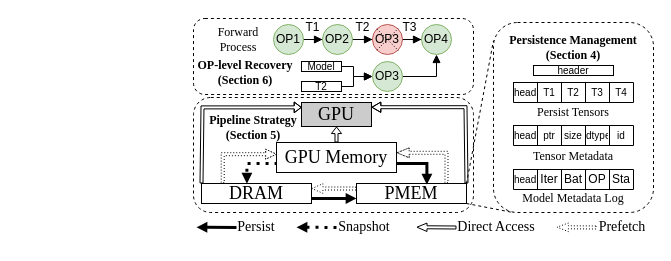
The draw.io diagram fig/system_design.drawio in icszhr/NCheck, before the edit. Source tidied: cells renumbered, new cells numbered last; positions are measured from the earlier drawing's top-left corner, leaving out a move shared by most shapes. Both pictures are drawn from the tidied source at 100%, with x=0, y=0 at pixel (193, 17).
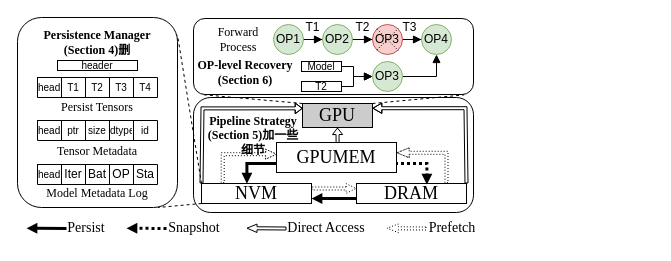
The same page after the edit.

The change refers to these unchanged cells:
```xml
<mxCell id="54" style="group;" parent="1" vertex="1">
  <mxGeometry x="83" y="125" width="120" height="30" as="geometry" />
</mxCell>
<mxCell id="55" style="rounded=0;whiteSpace=wrap;html=1;" parent="54" vertex="1">
  <mxGeometry width="120" height="30" as="geometry" />
</mxCell>
```

Diff of the diagram source:
```diff
@@
-    <mxCell id="2" style="rounded=1;whiteSpace=wrap;html=1;dashed=1;fillColor=none;" parent="1" vertex="1">
+    <mxCell id="2" style="rounded=1;whiteSpace=wrap;html=1;fillColor=none;" parent="1" vertex="1">
       <mxGeometry y="1" width="280" height="76" as="geometry" />
     </mxCell>
-    <mxCell id="3" style="rounded=1;whiteSpace=wrap;html=1;dashed=1;fillColor=none;" parent="1" vertex="1">
+    <mxCell id="3" style="rounded=1;whiteSpace=wrap;html=1;fillColor=none;" parent="1" vertex="1">
       <mxGeometry y="80" width="280" height="115" as="geometry" />
     </mxCell>
@@
     <mxCell id="6" value="&lt;font style=&quot;font-size: 18px;&quot; face=&quot;Times New Roman&quot;&gt;GPU&lt;/font&gt;" style="rounded=0;whiteSpace=wrap;html=1;fillColor=#CCCCCC;" parent="1" vertex="1">
-      <mxGeometry x="108" y="85" width="70" height="24" as="geometry" />
+      <mxGeometry x="109" y="86" width="70" height="24" as="geometry" />
     </mxCell>
-    <mxCell id="7" style="rounded=0;jettySize=auto;html=1;exitX=1;exitY=0.75;exitDx=0;exitDy=0;entryX=0;entryY=0.75;entryDx=0;entryDy=0;strokeWidth=3;endArrow=block;endFill=1;endSize=3;" parent="1" edge="1" source="9" target="13">
-      <mxGeometry relative="1" as="geometry" />
-    </mxCell>
@@
-    <mxCell id="9" value="&lt;font face=&quot;Times New Roman&quot; style=&quot;font-size: 18px;&quot;&gt;DRAM&lt;/font&gt;" style="rounded=0;whiteSpace=wrap;html=1;" parent="1" vertex="1">
+    <mxCell id="9" value="&lt;font face=&quot;Times New Roman&quot; style=&quot;font-size: 18px;&quot;&gt;NVM&lt;/font&gt;" style="rounded=0;whiteSpace=wrap;html=1;" parent="1" vertex="1">
       <mxGeometry x="8" y="166" width="110" height="20" as="geometry" />
     </mxCell>
-    <mxCell id="10" style="rounded=0;jettySize=auto;html=1;exitX=1;exitY=0;exitDx=0;exitDy=0;entryX=0;entryY=0.095;entryDx=0;entryDy=0;endArrow=none;endFill=0;dashed=1;entryPerimeter=0;" parent="1" edge="1" source="13" target="14">
-      <mxGeometry relative="1" as="geometry" />
-    </mxCell>
-    <mxCell id="11" style="rounded=0;jettySize=auto;html=1;exitX=0;exitY=0.25;exitDx=0;exitDy=0;strokeWidth=1;entryX=1;entryY=0.25;entryDx=0;entryDy=0;endArrow=block;endFill=1;dashed=1;dashPattern=1 2;strokeColor=default;align=center;verticalAlign=middle;fontFamily=Helvetica;fontSize=11;fontColor=default;labelBackgroundColor=default;shape=flexArrow;width=3;startSize=3;endSize=3.3112903225806454;endWidth=5.64516129032258;" parent="1" edge="1" source="13" target="9">
+    <mxCell id="11" style="rounded=0;jettySize=auto;html=1;exitX=0;exitY=0.25;exitDx=0;exitDy=0;strokeWidth=1;entryX=1;entryY=0.25;entryDx=0;entryDy=0;endArrow=none;endFill=0;dashed=1;dashPattern=1 2;strokeColor=default;align=center;verticalAlign=middle;fontFamily=Helvetica;fontSize=11;fontColor=default;labelBackgroundColor=default;shape=flexArrow;width=3;startSize=2.9504;endSize=3.3112903225806454;endWidth=5.64516129032258;startArrow=block;startWidth=5.64516129032258;" parent="1" edge="1" source="13" target="9">
       <mxGeometry relative="1" as="geometry" />
     </mxCell>
@@
+    <mxCell id="77" style="edgeStyle=orthogonalEdgeStyle;rounded=0;jettySize=auto;html=1;exitX=0;exitY=0.75;exitDx=0;exitDy=0;entryX=1;entryY=0.75;entryDx=0;entryDy=0;strokeWidth=3;endArrow=block;endFill=1;startSize=6;endSize=3;" parent="1" edge="1" source="13" target="9">
+      <mxGeometry relative="1" as="geometry" />
+    </mxCell>
-    <mxCell id="13" value="&lt;font face=&quot;Times New Roman&quot; style=&quot;font-size: 18px;&quot;&gt;PMEM&lt;/font&gt;" style="rounded=0;whiteSpace=wrap;html=1;" parent="1" vertex="1">
+    <mxCell id="13" value="&lt;font face=&quot;Times New Roman&quot; style=&quot;font-size: 18px;&quot;&gt;DRAM&lt;/font&gt;" style="rounded=0;whiteSpace=wrap;html=1;" parent="1" vertex="1">
       <mxGeometry x="163" y="166" width="110" height="20" as="geometry" />
     </mxCell>
-    <mxCell id="14" style="rounded=1;whiteSpace=wrap;html=1;dashed=1;" parent="1" vertex="1">
-      <mxGeometry x="300" y="5" width="160" height="190" as="geometry" />
+    <mxCell id="14" style="rounded=1;whiteSpace=wrap;html=1;" parent="1" vertex="1">
+      <mxGeometry x="-176" width="160" height="190" as="geometry" />
     </mxCell>
-    <mxCell id="15" style="rounded=0;jettySize=auto;html=1;exitX=1;exitY=1;exitDx=0;exitDy=0;entryX=0.128;entryY=1.001;entryDx=0;entryDy=0;endArrow=none;endFill=0;dashed=1;entryPerimeter=0;" parent="1" edge="1" source="13" target="14">
-      <mxGeometry relative="1" as="geometry" />
-    </mxCell>
-    <mxCell id="16" style="edgeStyle=orthogonalEdgeStyle;rounded=0;jettySize=auto;html=1;exitX=0.009;exitY=0.704;exitDx=0;exitDy=0;strokeColor=default;strokeWidth=3;align=center;verticalAlign=middle;fontFamily=Helvetica;fontSize=11;fontColor=default;labelBackgroundColor=default;endArrow=block;endFill=1;endSize=3;dashed=1;dashPattern=1 2;entryX=0.413;entryY=0.006;entryDx=0;entryDy=0;entryPerimeter=0;exitPerimeter=0;" parent="1" edge="1" source="55" target="9">
+    <mxCell id="16" style="edgeStyle=orthogonalEdgeStyle;rounded=0;jettySize=auto;html=1;exitX=0.009;exitY=0.704;exitDx=0;exitDy=0;strokeColor=default;strokeWidth=3;align=center;verticalAlign=middle;fontFamily=Helvetica;fontSize=11;fontColor=default;labelBackgroundColor=default;endArrow=block;endFill=1;endSize=3;entryX=0.413;entryY=0.006;entryDx=0;entryDy=0;entryPerimeter=0;exitPerimeter=0;" parent="1" edge="1" source="55" target="9">
       <mxGeometry relative="1" as="geometry">
         <Array as="points">
           <mxPoint x="83" y="146" />
           <mxPoint x="53" y="146" />
         </Array>
       </mxGeometry>
     </mxCell>
-    <mxCell id="17" style="edgeStyle=orthogonalEdgeStyle;rounded=0;jettySize=auto;html=1;exitX=1;exitY=0.75;exitDx=0;exitDy=0;strokeWidth=3;endArrow=block;endFill=1;endSize=3;entryX=0.64;entryY=0.056;entryDx=0;entryDy=0;entryPerimeter=0;" parent="1" edge="1" source="55" target="13">
+    <mxCell id="17" style="edgeStyle=orthogonalEdgeStyle;rounded=0;jettySize=auto;html=1;exitX=1;exitY=0.75;exitDx=0;exitDy=0;strokeWidth=3;endArrow=block;endFill=1;endSize=3;entryX=0.64;entryY=0.056;entryDx=0;entryDy=0;entryPerimeter=0;dashed=1;dashPattern=1 1;" parent="1" edge="1" source="55" target="13">
       <mxGeometry relative="1" as="geometry">
         <Array as="points">
           <mxPoint x="203" y="146" />
           <mxPoint x="233" y="146" />
         </Array>
       </mxGeometry>
     </mxCell>
-    <mxCell id="18" style="edgeStyle=orthogonalEdgeStyle;rounded=0;jettySize=auto;html=1;entryX=0.5;entryY=1;entryDx=0;entryDy=0;endArrow=block;endFill=0;strokeColor=default;strokeWidth=1;align=center;verticalAlign=middle;arcSize=20;fontFamily=Helvetica;fontSize=11;fontColor=default;labelBackgroundColor=default;startArrow=none;startFill=0;sourcePerimeterSpacing=0;targetPerimeterSpacing=0;shape=flexArrow;width=3;endSize=1.8569579288025893;startSize=3;endWidth=6.213592233009709;exitX=0.5;exitY=0;exitDx=0;exitDy=0;" parent="1" edge="1" source="55" target="6">
+    <mxCell id="18" style="edgeStyle=orthogonalEdgeStyle;rounded=0;jettySize=auto;html=1;entryX=0.5;entryY=1;entryDx=0;entryDy=0;endArrow=block;endFill=0;strokeColor=default;strokeWidth=1;align=center;verticalAlign=middle;arcSize=20;fontFamily=Helvetica;fontSize=11;fontColor=default;labelBackgroundColor=default;startArrow=none;startFill=0;sourcePerimeterSpacing=0;targetPerimeterSpacing=0;shape=flexArrow;width=3;endSize=1.8569579288025893;startSize=3;endWidth=6.213592233009709;exitX=0.51;exitY=0.021;exitDx=0;exitDy=0;exitPerimeter=0;" parent="1" edge="1" source="56" target="6">
       <mxGeometry relative="1" as="geometry" />
     </mxCell>
     <mxCell id="19" style="shape=table;startSize=0;childLayout=tableLayout;fontSize=12;" parent="1" vertex="1">
-      <mxGeometry x="320" y="65" width="120" height="20" as="geometry" />
+      <mxGeometry x="-156" y="60" width="120" height="20" as="geometry" />
     </mxCell>
@@
     <mxCell id="26" value="&lt;font face=&quot;Times New Roman&quot;&gt;Persist Tensors&lt;/font&gt;" style="text;html=1;align=center;verticalAlign=middle;whiteSpace=wrap;rounded=0;" parent="1" vertex="1">
-      <mxGeometry x="330" y="80" width="100" height="30" as="geometry" />
+      <mxGeometry x="-146" y="75" width="100" height="30" as="geometry" />
     </mxCell>
     <mxCell id="27" style="shape=table;startSize=0;childLayout=tableLayout;" parent="1" vertex="1">
-      <mxGeometry x="320" y="108" width="120" height="20" as="geometry" />
+      <mxGeometry x="-156" y="103" width="120" height="20" as="geometry" />
     </mxCell>
@@
     <mxCell id="34" value="&lt;font face=&quot;Times New Roman&quot;&gt;Tensor Metadata&lt;/font&gt;" style="text;html=1;align=center;verticalAlign=middle;whiteSpace=wrap;rounded=0;" parent="1" vertex="1">
-      <mxGeometry x="330" y="124" width="100" height="30" as="geometry" />
+      <mxGeometry x="-146" y="119" width="100" height="30" as="geometry" />
     </mxCell>
     <mxCell id="35" style="shape=table;startSize=0;childLayout=tableLayout;" parent="1" vertex="1">
-      <mxGeometry x="320" y="152" width="120" height="20" as="geometry" />
+      <mxGeometry x="-156" y="147" width="120" height="20" as="geometry" />
     </mxCell>
@@
     <mxCell id="42" value="&lt;font face=&quot;Times New Roman&quot;&gt;Model Metadata Log&lt;/font&gt;" style="text;html=1;align=center;verticalAlign=middle;whiteSpace=wrap;rounded=0;" parent="1" vertex="1">
-      <mxGeometry x="325" y="166" width="110" height="30" as="geometry" />
+      <mxGeometry x="-151" y="161" width="110" height="30" as="geometry" />
     </mxCell>
     <mxCell id="43" value="&lt;font style=&quot;font-size: 14px;&quot; face=&quot;Times New Roman&quot;&gt;Persist&lt;/font&gt;" style="text;html=1;align=center;verticalAlign=middle;whiteSpace=wrap;rounded=0;" parent="1" vertex="1">
-      <mxGeometry x="33" y="195" width="60" height="30" as="geometry" />
+      <mxGeometry x="-137" y="196" width="60" height="30" as="geometry" />
     </mxCell>
-    <mxCell id="44" style="rounded=0;orthogonalLoop=1;jettySize=auto;html=1;strokeWidth=3;entryX=1;entryY=0.25;entryDx=0;entryDy=0;endArrow=block;endFill=1;endSize=3;dashed=1;dashPattern=1 2;" parent="1" edge="1">
+    <mxCell id="44" style="rounded=0;orthogonalLoop=1;jettySize=auto;html=1;strokeWidth=3;entryX=1;entryY=0.25;entryDx=0;entryDy=0;endArrow=block;endFill=1;endSize=3;dashed=1;dashPattern=1 1;" parent="1" edge="1">
       <mxGeometry relative="1" as="geometry">
-        <mxPoint x="143" y="210" as="sourcePoint" />
-        <mxPoint x="103" y="209.7" as="targetPoint" />
+        <mxPoint x="-27" y="211" as="sourcePoint" />
+        <mxPoint x="-67" y="210.7" as="targetPoint" />
       </mxGeometry>
     </mxCell>
     <mxCell id="45" value="&lt;font style=&quot;font-size: 14px;&quot; face=&quot;Times New Roman&quot;&gt;Snapshot&lt;/font&gt;" style="text;html=1;align=center;verticalAlign=middle;whiteSpace=wrap;rounded=0;" parent="1" vertex="1">
-      <mxGeometry x="141" y="195" width="60" height="30" as="geometry" />
+      <mxGeometry x="-29" y="196" width="60" height="30" as="geometry" />
     </mxCell>
     <mxCell id="46" style="rounded=0;orthogonalLoop=1;jettySize=auto;html=1;strokeWidth=3;entryX=1;entryY=0.25;entryDx=0;entryDy=0;endArrow=block;endFill=1;endSize=3;" parent="1" edge="1">
       <mxGeometry relative="1" as="geometry">
-        <mxPoint x="43" y="210" as="sourcePoint" />
-        <mxPoint x="3" y="209.7" as="targetPoint" />
+        <mxPoint x="-127" y="211" as="sourcePoint" />
+        <mxPoint x="-167" y="210.7" as="targetPoint" />
       </mxGeometry>
     </mxCell>
     <mxCell id="47" style="rounded=0;orthogonalLoop=1;jettySize=auto;html=1;strokeWidth=1;entryX=1;entryY=0.25;entryDx=0;entryDy=0;endArrow=block;endFill=1;dashed=1;dashPattern=1 2;shape=flexArrow;width=3;startSize=6;endSize=3.4557692307692305;endWidth=4.615384615384615;" parent="1" edge="1">
       <mxGeometry relative="1" as="geometry">
-        <mxPoint x="403" y="210" as="sourcePoint" />
-        <mxPoint x="363" y="209.7" as="targetPoint" />
+        <mxPoint x="233" y="211" as="sourcePoint" />
+        <mxPoint x="193" y="210.7" as="targetPoint" />
       </mxGeometry>
     </mxCell>
     <mxCell id="48" value="&lt;font style=&quot;font-size: 14px;&quot; face=&quot;Times New Roman&quot;&gt;Prefetch&lt;/font&gt;" style="text;html=1;align=center;verticalAlign=middle;whiteSpace=wrap;rounded=0;" parent="1" vertex="1">
-      <mxGeometry x="398" y="195" width="62" height="30" as="geometry" />
+      <mxGeometry x="228" y="196" width="62" height="30" as="geometry" />
     </mxCell>
     <mxCell id="49" style="rounded=0;orthogonalLoop=1;jettySize=auto;html=1;strokeWidth=1;entryX=1;entryY=0.25;entryDx=0;entryDy=0;endArrow=block;endFill=1;shape=flexArrow;startSize=6;endSize=3;width=3;targetPerimeterSpacing=0;sourcePerimeterSpacing=0;startWidth=20;arcSize=20;endWidth=4.444444444444445;" parent="1" edge="1">
       <mxGeometry relative="1" as="geometry">
-        <mxPoint x="263" y="210" as="sourcePoint" />
-        <mxPoint x="223" y="209.7" as="targetPoint" />
+        <mxPoint x="93" y="211" as="sourcePoint" />
+        <mxPoint x="53" y="210.7" as="targetPoint" />
       </mxGeometry>
     </mxCell>
     <mxCell id="50" value="&lt;font style=&quot;font-size: 14px;&quot; face=&quot;Times New Roman&quot;&gt;Direct Access&lt;/font&gt;" style="text;html=1;align=center;verticalAlign=middle;whiteSpace=wrap;rounded=0;" parent="1" vertex="1">
-      <mxGeometry x="263" y="205" width="80" height="10" as="geometry" />
+      <mxGeometry x="93" y="206" width="80" height="10" as="geometry" />
     </mxCell>
-    <mxCell id="51" value="&lt;font face=&quot;Times New Roman&quot;&gt;&lt;b&gt;Persistence Management&lt;/b&gt;&lt;/font&gt;&lt;div&gt;&lt;font face=&quot;Times New Roman&quot;&gt;&lt;b&gt;(Section 4)&lt;/b&gt;&lt;/font&gt;&lt;/div&gt;" style="text;html=1;align=center;verticalAlign=middle;whiteSpace=wrap;rounded=0;" parent="1" vertex="1">
-      <mxGeometry x="300" y="15" width="160" height="30" as="geometry" />
+    <mxCell id="51" value="&lt;font face=&quot;Times New Roman&quot;&gt;&lt;b&gt;Persistence Manager&lt;/b&gt;&lt;/font&gt;&lt;div&gt;&lt;font face=&quot;Times New Roman&quot;&gt;&lt;b&gt;(Section 4)删&lt;/b&gt;&lt;/font&gt;&lt;/div&gt;" style="text;html=1;align=center;verticalAlign=middle;whiteSpace=wrap;rounded=0;" parent="1" vertex="1">
+      <mxGeometry x="-176" y="10" width="160" height="30" as="geometry" />
     </mxCell>
     <mxCell id="52" value="&lt;font style=&quot;font-size: 10px;&quot;&gt;header&lt;/font&gt;" style="rounded=0;whiteSpace=wrap;html=1;" parent="1" vertex="1">
-      <mxGeometry x="340" y="48" width="80" height="10" as="geometry" />
+      <mxGeometry x="-136" y="43" width="80" height="10" as="geometry" />
     </mxCell>
-    <mxCell id="53" value="&lt;font face=&quot;Times New Roman&quot;&gt;&lt;b&gt;Pipeline Strategy&lt;/b&gt;&lt;/font&gt;&lt;div&gt;&lt;font face=&quot;Times New Roman&quot;&gt;&lt;b&gt;(Section 5)&lt;/b&gt;&lt;/font&gt;&lt;/div&gt;" style="text;html=1;align=center;verticalAlign=middle;whiteSpace=wrap;rounded=0;" parent="1" vertex="1">
-      <mxGeometry x="8" y="95" width="104" height="30" as="geometry" />
+    <mxCell id="53" value="&lt;font face=&quot;Times New Roman&quot;&gt;&lt;b&gt;Pipeline Strategy&lt;/b&gt;&lt;/font&gt;&lt;div&gt;&lt;font face=&quot;Times New Roman&quot;&gt;&lt;b&gt;(Section 5)加一些细节&lt;/b&gt;&lt;/font&gt;&lt;/div&gt;" style="text;html=1;align=center;verticalAlign=middle;whiteSpace=wrap;rounded=0;" parent="1" vertex="1">
+      <mxGeometry x="8" y="103" width="104" height="30" as="geometry" />
     </mxCell>
@@
-    <mxCell id="56" value="&lt;font face=&quot;Times New Roman&quot; style=&quot;font-size: 18px;&quot;&gt;GPU Memory&lt;/font&gt;" style="text;html=1;align=center;verticalAlign=middle;whiteSpace=wrap;rounded=0;" parent="54" vertex="1">
+    <mxCell id="56" value="&lt;font face=&quot;Times New Roman&quot;&gt;&lt;span style=&quot;font-size: 18px;&quot;&gt;GPUMEM&lt;/span&gt;&lt;/font&gt;" style="text;html=1;align=center;verticalAlign=middle;whiteSpace=wrap;rounded=0;" parent="54" vertex="1">
       <mxGeometry x="5" width="110" height="30" as="geometry" />
     </mxCell>
@@
+    <mxCell id="78" style="rounded=0;jettySize=auto;html=1;exitX=0;exitY=0;exitDx=0;exitDy=0;entryX=1;entryY=0.25;entryDx=0;entryDy=0;dashed=1;endArrow=none;endFill=0;" parent="1" edge="1" source="9" target="51">
+      <mxGeometry relative="1" as="geometry" />
+    </mxCell>
+    <mxCell id="79" style="rounded=0;jettySize=auto;html=1;exitX=0;exitY=1;exitDx=0;exitDy=0;entryX=0.878;entryY=1;entryDx=0;entryDy=0;entryPerimeter=0;endArrow=none;endFill=0;dashed=1;" parent="1" edge="1" source="9" target="14">
+      <mxGeometry relative="1" as="geometry" />
+    </mxCell>
+    <mxCell id="80" style="rounded=0;jettySize=auto;html=1;exitX=0;exitY=0;exitDx=0;exitDy=0;entryX=0.035;entryY=1.003;entryDx=0;entryDy=0;entryPerimeter=0;dashed=1;endArrow=none;endFill=0;" parent="1" edge="1" source="6" target="2">
+      <mxGeometry relative="1" as="geometry" />
+    </mxCell>
+    <mxCell id="81" style="rounded=0;jettySize=auto;html=1;exitX=1;exitY=0;exitDx=0;exitDy=0;entryX=0.967;entryY=1.005;entryDx=0;entryDy=0;entryPerimeter=0;dashed=1;endArrow=none;endFill=0;" parent="1" edge="1" source="6" target="2">
+      <mxGeometry relative="1" as="geometry" />
+    </mxCell>
```
